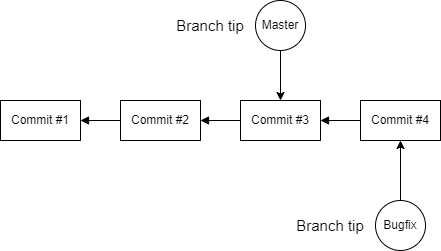
The draw.io diagram Assets/images/git-branch-change-bugfix.png in braboj/tutorial-git, before a commit. Source tidied: cells renumbered, new cells last; positions are measured from the earlier drawing's top-left corner, leaving out a move shared by most shapes. Its diagram source:
```xml
<mxGraphModel>
  <root>
    <mxCell id="0" />
    <mxCell id="1" parent="0" />
    <mxCell id="2" style="edgeStyle=orthogonalEdgeStyle;rounded=0;jettySize=auto;html=1;entryX=0;entryY=0.5;entryDx=0;entryDy=0;startArrow=block;startFill=1;endArrow=none;endFill=0;" parent="1" edge="1" source="3" target="5">
      <mxGeometry relative="1" as="geometry" />
    </mxCell>
    <mxCell id="3" value="Commit #1" style="rounded=0;whiteSpace=wrap;html=1;" parent="1" vertex="1">
      <mxGeometry y="100" width="80" height="40" as="geometry" />
    </mxCell>
    <mxCell id="4" style="edgeStyle=orthogonalEdgeStyle;rounded=0;jettySize=auto;html=1;startArrow=block;startFill=1;endArrow=none;endFill=0;" parent="1" edge="1" source="5" target="7">
      <mxGeometry relative="1" as="geometry" />
    </mxCell>
    <mxCell id="5" value="Commit #2" style="rounded=0;whiteSpace=wrap;html=1;" parent="1" vertex="1">
      <mxGeometry x="120" y="100" width="80" height="40" as="geometry" />
    </mxCell>
    <mxCell id="6" style="edgeStyle=orthogonalEdgeStyle;rounded=0;jettySize=auto;html=1;entryX=0;entryY=0.5;entryDx=0;entryDy=0;startArrow=block;startFill=1;endArrow=none;endFill=0;" parent="1" edge="1" source="7" target="10">
      <mxGeometry relative="1" as="geometry" />
    </mxCell>
    <mxCell id="7" value="Commit #3" style="rounded=0;whiteSpace=wrap;html=1;" parent="1" vertex="1">
      <mxGeometry x="240" y="100" width="80" height="40" as="geometry" />
    </mxCell>
    <mxCell id="8" style="edgeStyle=orthogonalEdgeStyle;rounded=0;jettySize=auto;html=1;entryX=0.5;entryY=0;entryDx=0;entryDy=0;" parent="1" edge="1" source="9" target="7">
      <mxGeometry relative="1" as="geometry" />
    </mxCell>
    <mxCell id="9" value="Master" style="ellipse;whiteSpace=wrap;html=1;" parent="1" vertex="1">
      <mxGeometry x="255" width="50" height="50" as="geometry" />
    </mxCell>
    <mxCell id="10" value="Commit #4" style="rounded=0;whiteSpace=wrap;html=1;" parent="1" vertex="1">
      <mxGeometry x="360" y="100" width="80" height="40" as="geometry" />
    </mxCell>
    <mxCell id="11" style="edgeStyle=orthogonalEdgeStyle;rounded=0;jettySize=auto;html=1;entryX=0.5;entryY=1;entryDx=0;entryDy=0;" parent="1" edge="1" source="12" target="10">
      <mxGeometry relative="1" as="geometry" />
    </mxCell>
    <mxCell id="12" value="Bugfix" style="ellipse;whiteSpace=wrap;html=1;" parent="1" vertex="1">
      <mxGeometry x="375" y="200" width="50" height="50" as="geometry" />
    </mxCell>
    <mxCell id="13" value="Branch tip" style="text;html=1;strokeColor=none;fillColor=none;align=center;verticalAlign=middle;whiteSpace=wrap;rounded=0;sketch=1;fontFamily=Helvetica;fontSize=15;" parent="1" vertex="1">
      <mxGeometry x="170" y="10" width="80" height="30" as="geometry" />
    </mxCell>
    <mxCell id="14" value="Branch tip" style="text;html=1;strokeColor=none;fillColor=none;align=center;verticalAlign=middle;whiteSpace=wrap;rounded=0;sketch=1;fontFamily=Helvetica;fontSize=15;" parent="1" vertex="1">
      <mxGeometry x="290" y="210" width="80" height="30" as="geometry" />
    </mxCell>
  </root>
</mxGraphModel>
```
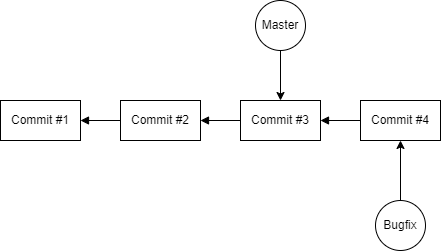
After the change.

Diff of the diagram source:
```diff
@@ -35,11 +35,5 @@
     <mxCell id="12" value="Bugfix" style="ellipse;whiteSpace=wrap;html=1;" parent="1" vertex="1">
       <mxGeometry x="375" y="200" width="50" height="50" as="geometry" />
     </mxCell>
-    <mxCell id="13" value="Branch tip" style="text;html=1;strokeColor=none;fillColor=none;align=center;verticalAlign=middle;whiteSpace=wrap;rounded=0;sketch=1;fontFamily=Helvetica;fontSize=15;" parent="1" vertex="1">
-      <mxGeometry x="170" y="10" width="80" height="30" as="geometry" />
-    </mxCell>
-    <mxCell id="14" value="Branch tip" style="text;html=1;strokeColor=none;fillColor=none;align=center;verticalAlign=middle;whiteSpace=wrap;rounded=0;sketch=1;fontFamily=Helvetica;fontSize=15;" parent="1" vertex="1">
-      <mxGeometry x="290" y="210" width="80" height="30" as="geometry" />
-    </mxCell>
   </root>
 </mxGraphModel>
```
